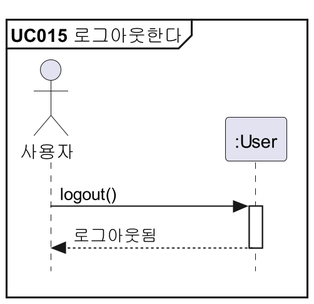
Earlier version of the PlantUML export docs/설계명세서/images/seq_diag/uc015.png (parkchamchi/SoftwareEngineering2023). Source of this version:
```plantuml
@startuml
!includesub style.puml!STYLE

mainframe **UC015** 로그아웃한다

actor 사용자
participant ":User" as User

사용자 -> User : logout()
User --> 사용자 : 로그아웃됨

@enduml
```
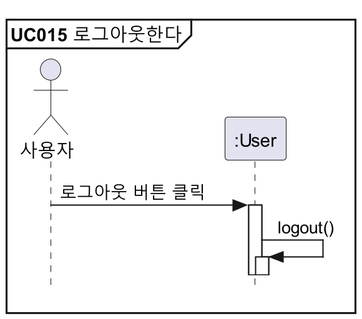
The same diagram one commit later.

Change to the diagram source:
```diff
@@ -6,7 +6,7 @@
 actor 사용자
 participant ":User" as User
 
-사용자 -> User : logout()
-User --> 사용자 : 로그아웃됨
+사용자 -> User : 로그아웃 버튼 클릭
+User -> User : logout()
 
 @enduml
```
